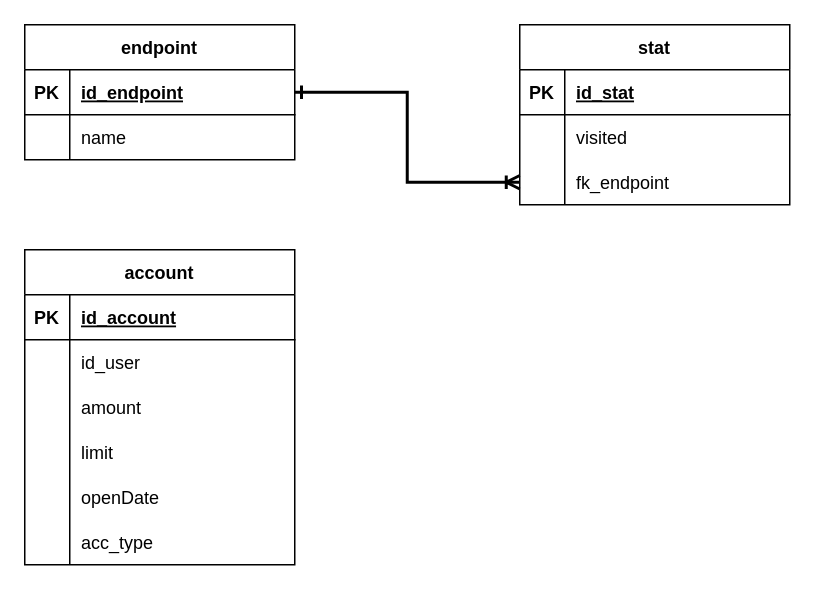
Above: er/er.drawio in Scarlet-Horizon/cr24-account-stat (draw.io), before the change. Source tidied: cells renumbered, new cells numbered last; positions are measured from the earlier drawing's top-left corner, leaving out a move shared by most shapes. Both pictures are drawn from the tidied source at 150%, with x=0, y=0 at pixel (24, 24).
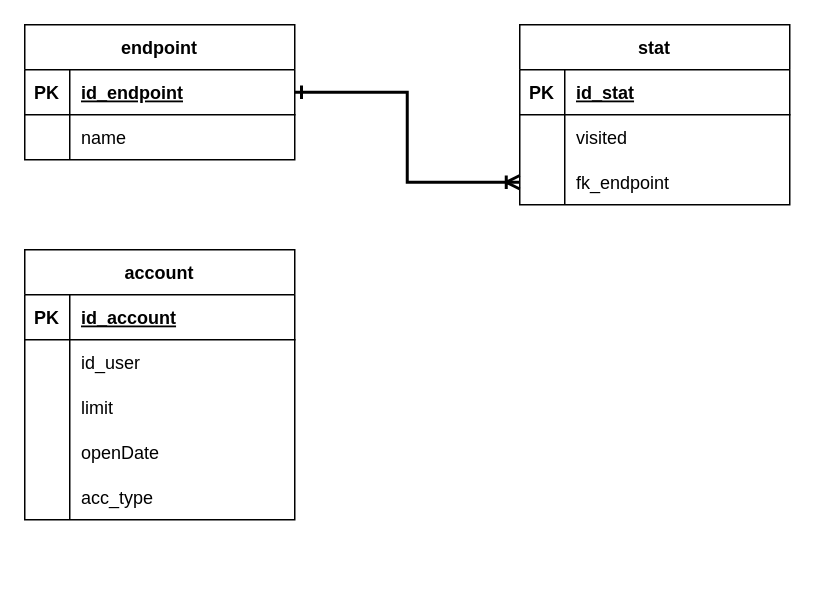
After the change.

What changed in the source:
```diff
@@
     <mxCell id="20" value="account" style="shape=table;startSize=30;childLayout=tableLayout;rowLines=0;fontStyle=1;align=center;" parent="1" vertex="1">
-      <mxGeometry y="150" width="180" height="210" as="geometry" />
+      <mxGeometry y="150" width="180" height="180" as="geometry" />
     </mxCell>
@@
-    <mxCell id="27" style="shape=tableRow;horizontal=0;startSize=0;swimlaneHead=0;swimlaneBody=0;fillColor=none;top=0;left=0;right=0;bottom=0;" parent="20" vertex="1">
-      <mxGeometry y="90" width="180" height="30" as="geometry" />
-    </mxCell>
-    <mxCell id="28" style="shape=partialRectangle;fillColor=none;top=0;left=0;bottom=0;right=0;overflow=hidden;" parent="27" vertex="1">
-      <mxGeometry width="30" height="30" as="geometry" />
-    </mxCell>
-    <mxCell id="29" value="amount" style="shape=partialRectangle;fillColor=none;top=0;left=0;bottom=0;right=0;align=left;spacingLeft=6;overflow=hidden;" parent="27" vertex="1">
-      <mxGeometry x="30" width="150" height="30" as="geometry" />
-    </mxCell>
     <mxCell id="30" style="shape=tableRow;horizontal=0;startSize=0;swimlaneHead=0;swimlaneBody=0;fillColor=none;top=0;left=0;right=0;bottom=0;" parent="20" vertex="1">
-      <mxGeometry y="120" width="180" height="30" as="geometry" />
+      <mxGeometry y="90" width="180" height="30" as="geometry" />
     </mxCell>
@@
     <mxCell id="33" style="shape=tableRow;horizontal=0;startSize=0;swimlaneHead=0;swimlaneBody=0;fillColor=none;top=0;left=0;right=0;bottom=0;" parent="20" vertex="1">
-      <mxGeometry y="150" width="180" height="30" as="geometry" />
+      <mxGeometry y="120" width="180" height="30" as="geometry" />
     </mxCell>
@@
     <mxCell id="36" style="shape=tableRow;horizontal=0;startSize=0;swimlaneHead=0;swimlaneBody=0;fillColor=none;top=0;left=0;right=0;bottom=0;" parent="20" vertex="1">
-      <mxGeometry y="180" width="180" height="30" as="geometry" />
+      <mxGeometry y="150" width="180" height="30" as="geometry" />
     </mxCell>
```
